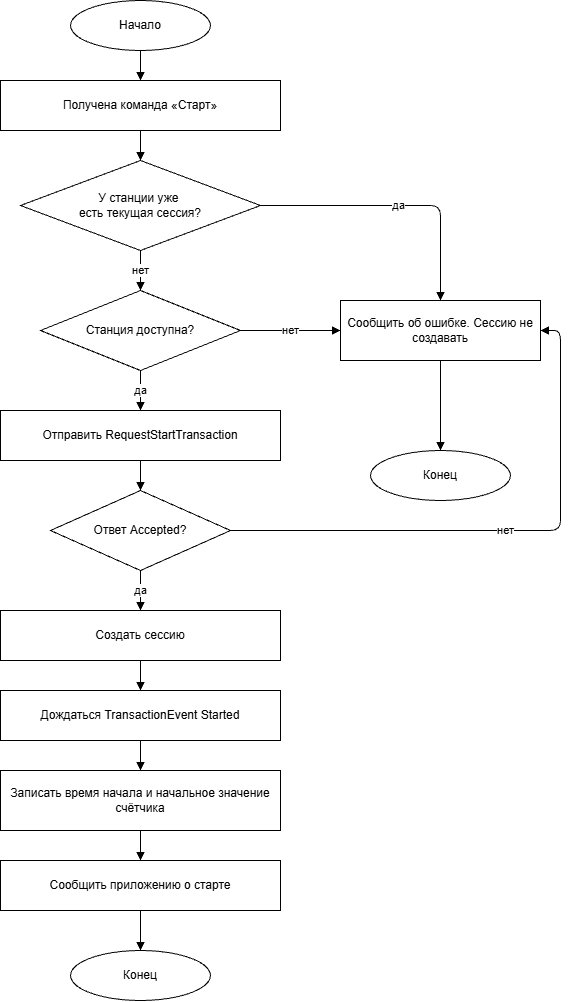
Earlier version of the draw.io export Диаграммы/Запуск сессии (2.8).png (PetrachkovArtem/diplom). Source tidied: cells renumbered, new cells last; positions are measured from the earlier drawing's top-left corner, leaving out a move shared by most shapes.
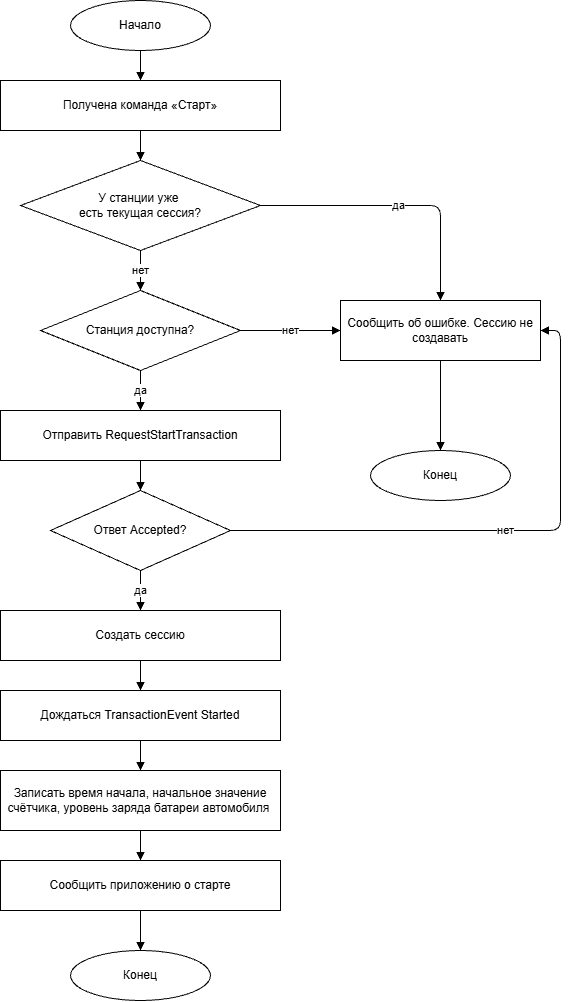
The same diagram one commit later.

Diff of the diagram source:
```diff
@@ -26,7 +26,7 @@
     <mxCell id="9" value="Дождаться TransactionEvent Started" style="rounded=0;whiteSpace=wrap;html=1;" parent="1" vertex="1">
       <mxGeometry y="690" width="280" height="50" as="geometry" />
     </mxCell>
-    <mxCell id="10" value="Записать время начала и начальное значение счётчика" style="rounded=0;whiteSpace=wrap;html=1;" parent="1" vertex="1">
+    <mxCell id="10" value="Записать время начала, начальное значение счётчика, уровень заряда батареи автомобиля&amp;nbsp;" style="rounded=0;whiteSpace=wrap;html=1;" parent="1" vertex="1">
       <mxGeometry y="770" width="280" height="60" as="geometry" />
     </mxCell>
     <mxCell id="11" value="Сообщить приложению о старте" style="rounded=0;whiteSpace=wrap;html=1;" parent="1" vertex="1">
```
